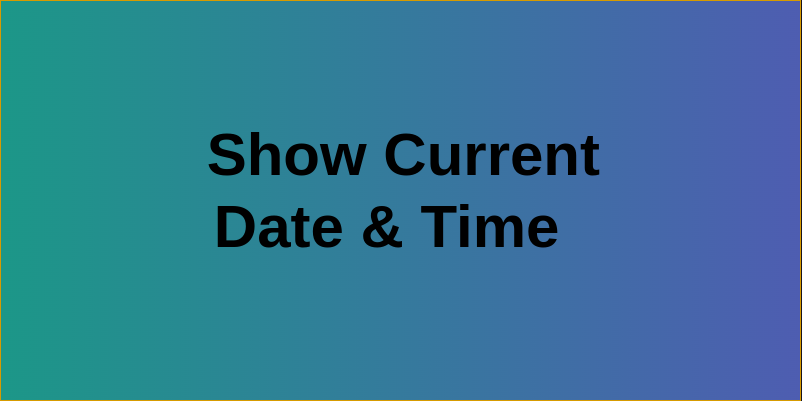
The draw.io diagram Projects/showTime/thumbnail-drawio.png in officialmuneebahmed/learn_computer, before a commit. Source tidied: cells renumbered, new cells last; positions are measured from the earlier drawing's top-left corner, leaving out a move shared by most shapes.
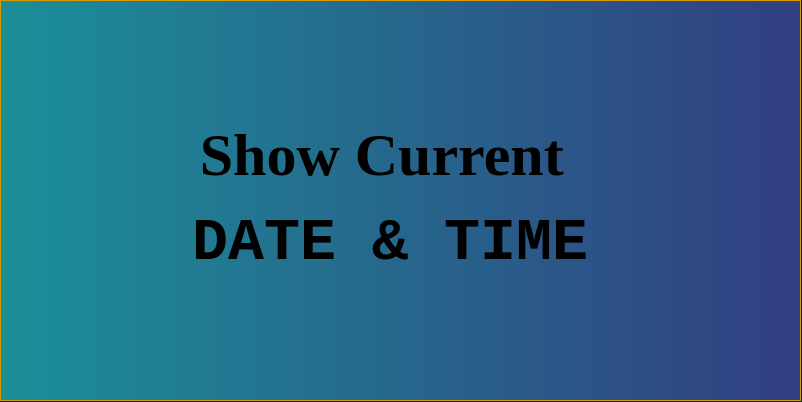
The same file after the commit.

Commit message:
Thumb nail

Diff of the diagram source:
```diff
@@ -5,11 +5,11 @@
     <mxCell id="2" style="group;" parent="1" vertex="1">
       <mxGeometry width="800" height="400" as="geometry" />
     </mxCell>
-    <mxCell id="3" style="group;labelBorderColor=#F19C99;textShadow=0;textOpacity=50;gradientDirection=east;fillColor=#1c9788;gradientColor=#4e5db1;strokeColor=#d79b00;" parent="2" vertex="1">
+    <mxCell id="3" style="group;labelBorderColor=#F19C99;textShadow=0;textOpacity=50;gradientDirection=east;fillColor=#1b8f98;gradientColor=#323e81;strokeColor=#d79b00;" parent="2" vertex="1">
       <mxGeometry width="800" height="400" as="geometry" />
     </mxCell>
-    <mxCell id="4" value="&lt;h1 style=&quot;font-size: 60px;&quot;&gt;&lt;font color=&quot;#000000&quot;&gt;&lt;span style=&quot;font-size: 60px;&quot;&gt;&amp;nbsp;Show Current Date &amp;amp; Time&lt;/span&gt;&lt;/font&gt;&amp;nbsp;&lt;/h1&gt;" style="text;html=1;align=center;verticalAlign=middle;whiteSpace=wrap;rounded=0;sketch=1;curveFitting=1;jiggle=2;" parent="2" vertex="1">
-      <mxGeometry x="130" y="105" width="530" height="170" as="geometry" />
+    <mxCell id="4" value="&lt;h1&gt;&lt;font color=&quot;#000000&quot;&gt;&lt;span style=&quot;font-size: 60px;&quot;&gt;&lt;font face=&quot;Verdana&quot;&gt;Show Current&lt;/font&gt;&amp;nbsp;&lt;/span&gt;&lt;/font&gt;&lt;/h1&gt;&lt;div&gt;&lt;font face=&quot;Courier New&quot; color=&quot;#000000&quot;&gt;&lt;span style=&quot;font-size: 60px;&quot;&gt;&lt;b&gt;DATE &amp;amp; TIME&lt;/b&gt;&lt;/span&gt;&lt;/font&gt;&lt;/div&gt;" style="text;html=1;align=center;verticalAlign=middle;whiteSpace=wrap;rounded=0;sketch=1;curveFitting=1;jiggle=2;" parent="2" vertex="1">
+      <mxGeometry x="70" y="120" width="640" height="140" as="geometry" />
     </mxCell>
   </root>
 </mxGraphModel>
```
